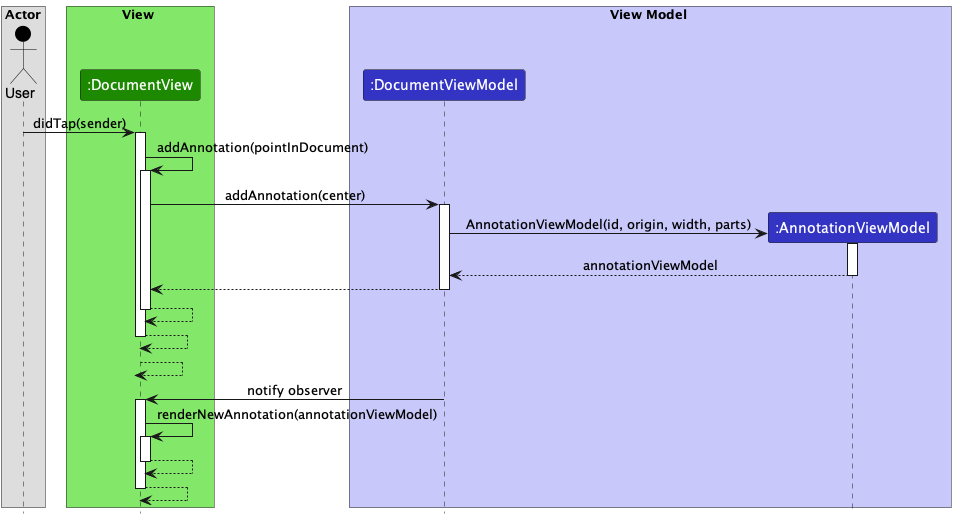
Above: docs/diagrams/add-annotation-sequence-diagram.png in Annotato/annotato (PlantUML), before the change.
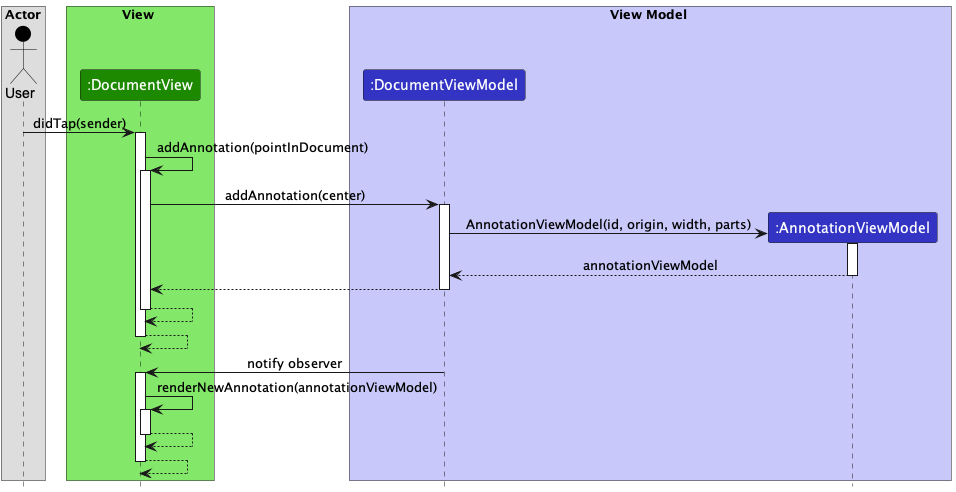
Above is the later version.

Commit message:
Minor fixes to add annotation seq diagram

What changed in the source:
```diff
@@ -39,9 +39,6 @@
 DocumentView --> DocumentView
 deactivate DocumentView
 
-DocumentView --> DocumentView
-deactivate DocumentView
-
 DocumentViewModel -> DocumentView : notify observer
 activate DocumentView
 
```
